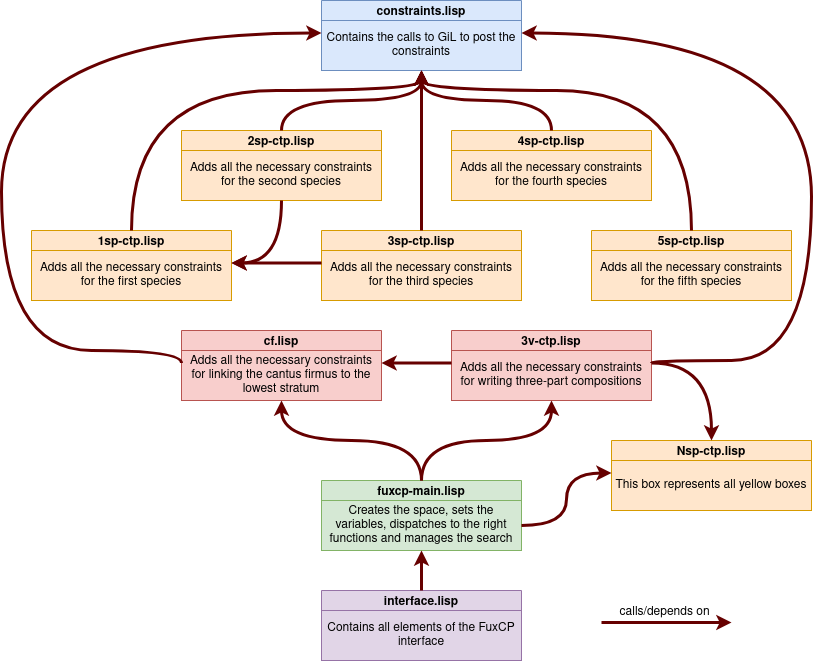
diegodepatoul/FuxCP_lisp keeps this draw.io diagram as LatexThesis/Images/structure_memoire.png. Above is the earlier version. Source tidied: cells renumbered, new cells last; positions are measured from the earlier drawing's top-left corner, leaving out a move shared by most shapes.
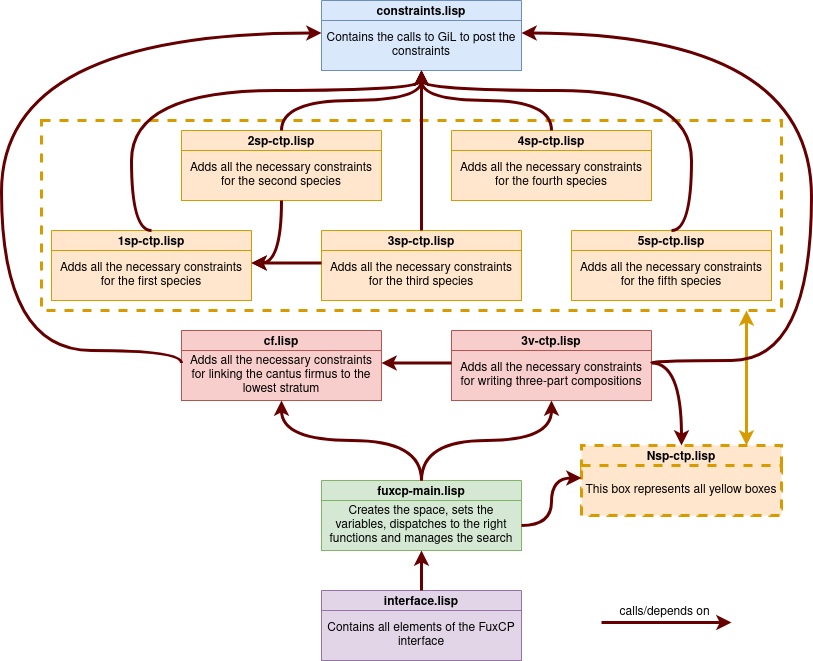
The same file after the commit.

The edit, as a diff of the source:
```diff
@@ -2,8 +2,17 @@
   <root>
     <mxCell id="0" />
     <mxCell id="1" parent="0" />
+    <mxCell id="41" style="endArrow=classic;startArrow=classic;html=1;rounded=0;entryX=1;entryY=1;entryDx=0;entryDy=0;exitX=1;exitY=0;exitDx=0;exitDy=0;fillColor=#ffe6cc;strokeColor=#d79b00;strokeWidth=3;" parent="1" edge="1">
+      <mxGeometry relative="1" as="geometry">
+        <mxPoint x="745" y="445" as="sourcePoint" />
+        <mxPoint x="745" y="310" as="targetPoint" />
+      </mxGeometry>
+    </mxCell>
+    <mxCell id="42" style="rounded=0;whiteSpace=wrap;html=1;fillColor=none;dashed=1;strokeColor=#d79b00;strokeWidth=3;" parent="1" vertex="1">
+      <mxGeometry x="40" y="120" width="740" height="190" as="geometry" />
+    </mxCell>
     <mxCell id="2" value="1sp-ctp.lisp" style="swimlane;whiteSpace=wrap;html=1;fillColor=#ffe6cc;strokeColor=#d79b00;rounded=0;shadow=0;glass=0;swimlaneLine=1;" parent="1" vertex="1">
-      <mxGeometry x="30" y="230" width="200" height="70" as="geometry" />
+      <mxGeometry x="50" y="230" width="200" height="70" as="geometry" />
     </mxCell>
     <mxCell id="3" value="Adds all the necessary constraints for the first species" style="text;html=1;strokeColor=#d79b00;fillColor=#ffe6cc;align=center;verticalAlign=middle;whiteSpace=wrap;rounded=0;shadow=0;glass=0;swimlaneLine=1;" parent="2" vertex="1">
       <mxGeometry y="20" width="200" height="50" as="geometry" />
@@ -15,7 +24,7 @@
       <mxGeometry y="20" width="200" height="50" as="geometry" />
     </mxCell>
     <mxCell id="6" value="5sp-ctp.lisp" style="swimlane;whiteSpace=wrap;html=1;fillColor=#ffe6cc;strokeColor=#d79b00;rounded=0;shadow=0;glass=0;swimlaneLine=1;" parent="1" vertex="1">
-      <mxGeometry x="590" y="230" width="200" height="70" as="geometry" />
+      <mxGeometry x="570" y="230" width="200" height="70" as="geometry" />
     </mxCell>
     <mxCell id="7" value="Adds all the necessary constraints for the fifth species" style="text;html=1;strokeColor=#d79b00;fillColor=#ffe6cc;align=center;verticalAlign=middle;whiteSpace=wrap;rounded=0;shadow=0;glass=0;swimlaneLine=1;" parent="6" vertex="1">
       <mxGeometry y="20" width="200" height="50" as="geometry" />
@@ -119,10 +128,10 @@
     <mxCell id="33" style="endArrow=classic;html=1;rounded=0;exitX=0.5;exitY=0;exitDx=0;exitDy=0;edgeStyle=orthogonalEdgeStyle;curved=1;entryX=0.5;entryY=1;entryDx=0;entryDy=0;strokeWidth=3;strokeColor=#660000;" parent="1" edge="1" source="27" target="23">
       <mxGeometry relative="1" as="geometry" />
     </mxCell>
-    <mxCell id="34" value="Nsp-ctp.lisp" style="swimlane;whiteSpace=wrap;html=1;fillColor=#ffe6cc;strokeColor=#d79b00;rounded=0;shadow=0;glass=0;swimlaneLine=1;" parent="1" vertex="1">
-      <mxGeometry x="610" y="440" width="200" height="70" as="geometry" />
+    <mxCell id="34" value="Nsp-ctp.lisp" style="swimlane;whiteSpace=wrap;html=1;fillColor=#ffe6cc;strokeColor=#d79b00;rounded=0;shadow=0;glass=0;swimlaneLine=1;dashed=1;strokeWidth=3;" parent="1" vertex="1">
+      <mxGeometry x="580" y="445" width="200" height="70" as="geometry" />
     </mxCell>
-    <mxCell id="35" value="This box represents all yellow boxes" style="text;html=1;strokeColor=#d79b00;fillColor=#ffe6cc;align=center;verticalAlign=middle;whiteSpace=wrap;rounded=0;shadow=0;glass=0;swimlaneLine=1;" parent="34" vertex="1">
+    <mxCell id="35" value="This box represents all yellow boxes" style="text;html=1;strokeColor=#d79b00;fillColor=#ffe6cc;align=center;verticalAlign=middle;whiteSpace=wrap;rounded=0;shadow=0;glass=0;swimlaneLine=1;dashed=1;strokeWidth=3;" parent="34" vertex="1">
       <mxGeometry y="20" width="200" height="50" as="geometry" />
     </mxCell>
     <mxCell id="36" style="endArrow=classic;html=1;rounded=0;exitX=1;exitY=0.5;exitDx=0;exitDy=0;edgeStyle=orthogonalEdgeStyle;curved=1;entryX=0;entryY=0.25;entryDx=0;entryDy=0;strokeWidth=3;strokeColor=#660000;" parent="1" edge="1" source="28" target="35">
```
